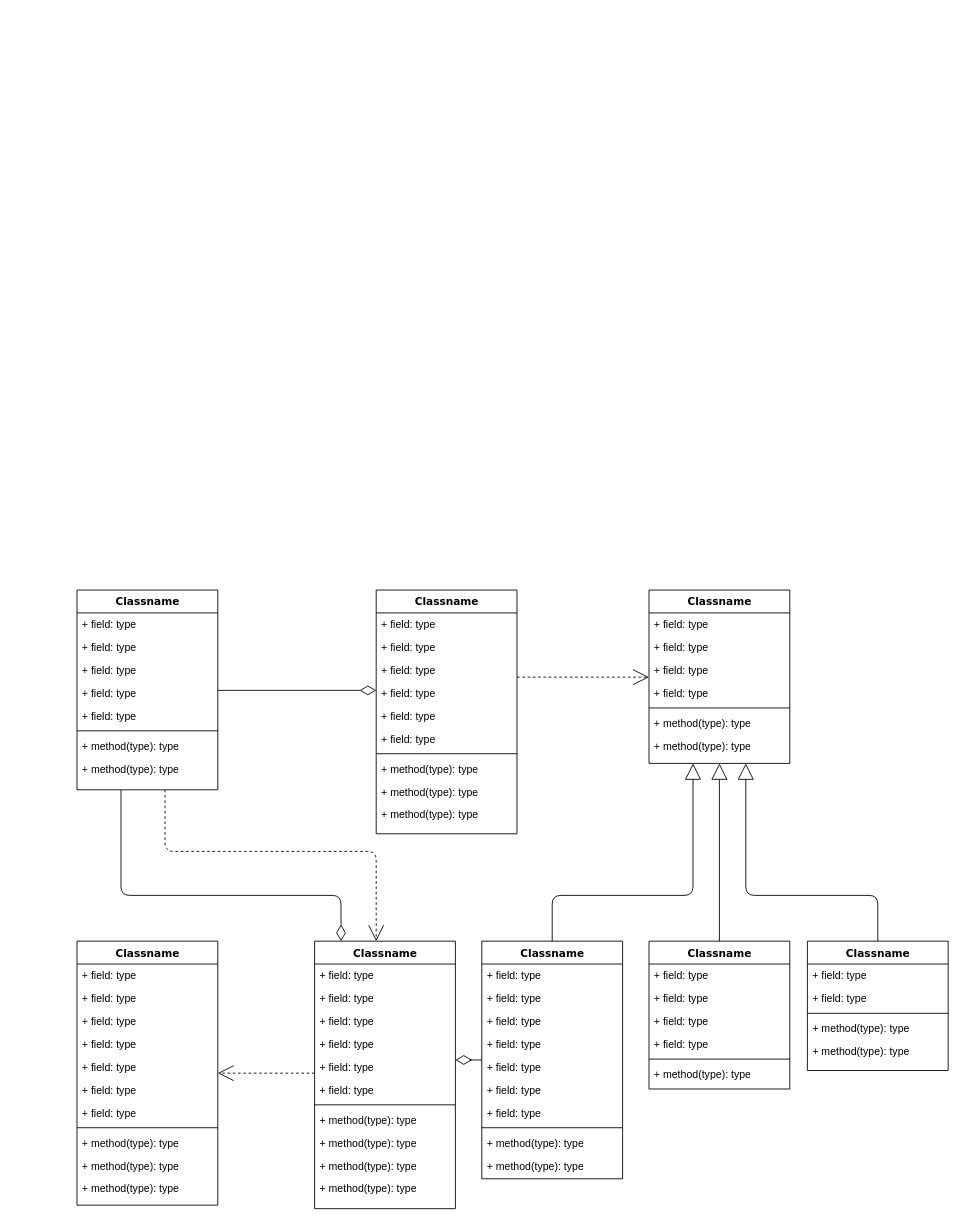
Before: Class_Diagram_HOMEWORK_1.drawio in jamtings/AA, a draw.io diagram. Source tidied: cells renumbered, new cells numbered last; positions are measured from the earlier drawing's top-left corner, leaving out a move shared by most shapes. Both pictures are drawn from the tidied source at 88%, with x=0, y=0 at pixel (77, 590).
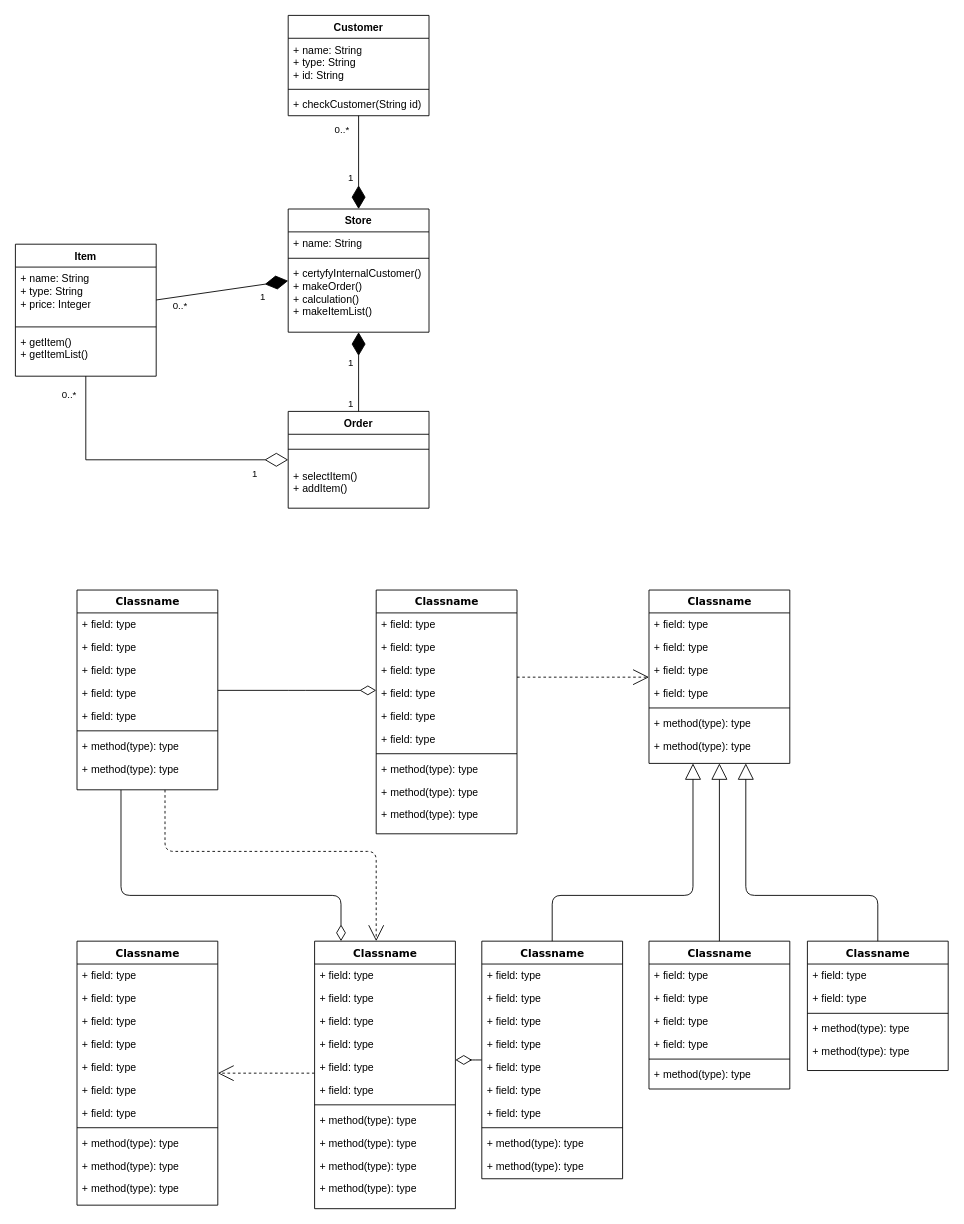
After the change.

Change to the diagram source:
```diff
@@
+    <mxCell id="87" value="Customer" style="swimlane;fontStyle=1;align=center;verticalAlign=top;horizontal=1;startSize=26;whiteSpace=wrap;html=1;" parent="1" vertex="1">
+      <mxGeometry x="240" y="-653" width="160" height="114" as="geometry" />
+    </mxCell>
+    <mxCell id="88" value="+ name: String&lt;div&gt;+ type: String&lt;/div&gt;&lt;div&gt;+ id: String&lt;/div&gt;&lt;div&gt;&lt;br&gt;&lt;/div&gt;" style="text;strokeColor=none;fillColor=none;align=left;verticalAlign=top;spacingLeft=4;spacingRight=4;overflow=hidden;whiteSpace=wrap;html=1;" parent="87" vertex="1">
+      <mxGeometry y="26" width="160" height="54" as="geometry" />
+    </mxCell>
+    <mxCell id="89" style="line;strokeWidth=1;fillColor=none;align=left;verticalAlign=middle;spacingTop=-1;spacingLeft=3;spacingRight=3;labelPosition=right;strokeColor=inherit;" parent="87" vertex="1">
+      <mxGeometry y="80" width="160" height="8" as="geometry" />
+    </mxCell>
+    <mxCell id="90" value="+ checkCustomer(String id)" style="text;strokeColor=none;fillColor=none;align=left;verticalAlign=top;spacingLeft=4;spacingRight=4;overflow=hidden;whiteSpace=wrap;html=1;" parent="87" vertex="1">
+      <mxGeometry y="88" width="160" height="26" as="geometry" />
+    </mxCell>
+    <mxCell id="91" value="Store" style="swimlane;fontStyle=1;align=center;verticalAlign=top;horizontal=1;startSize=26;whiteSpace=wrap;html=1;" parent="1" vertex="1">
+      <mxGeometry x="240" y="-433" width="160" height="140" as="geometry" />
+    </mxCell>
+    <mxCell id="92" value="+ name: String" style="text;strokeColor=none;fillColor=none;align=left;verticalAlign=top;spacingLeft=4;spacingRight=4;overflow=hidden;whiteSpace=wrap;html=1;" parent="91" vertex="1">
+      <mxGeometry y="26" width="160" height="26" as="geometry" />
+    </mxCell>
+    <mxCell id="93" style="line;strokeWidth=1;fillColor=none;align=left;verticalAlign=middle;spacingTop=-1;spacingLeft=3;spacingRight=3;labelPosition=right;strokeColor=inherit;" parent="91" vertex="1">
+      <mxGeometry y="52" width="160" height="8" as="geometry" />
+    </mxCell>
+    <mxCell id="94" value="+ certyfyInternalCustomer()&lt;div&gt;+ makeOrder()&lt;/div&gt;&lt;div&gt;+ calculation()&lt;/div&gt;&lt;div&gt;+ makeItemList()&lt;/div&gt;" style="text;strokeColor=none;fillColor=none;align=left;verticalAlign=top;spacingLeft=4;spacingRight=4;overflow=hidden;points=[[0,0.5],[1,0.5]];portConstraint=eastwest;whiteSpace=wrap;html=1;" parent="91" vertex="1">
+      <mxGeometry y="60" width="160" height="80" as="geometry" />
+    </mxCell>
+    <mxCell id="95" value="Order" style="swimlane;fontStyle=1;align=center;verticalAlign=top;horizontal=1;startSize=26;whiteSpace=wrap;html=1;" parent="1" vertex="1">
+      <mxGeometry x="240" y="-203" width="160" height="110" as="geometry" />
+    </mxCell>
+    <mxCell id="96" style="line;strokeWidth=1;fillColor=none;align=left;verticalAlign=middle;spacingTop=-1;spacingLeft=3;spacingRight=3;labelPosition=right;strokeColor=inherit;" parent="95" vertex="1">
+      <mxGeometry y="26" width="160" height="34" as="geometry" />
+    </mxCell>
+    <mxCell id="97" value="+ selectItem()&lt;div&gt;+ addItem()&lt;/div&gt;" style="text;strokeColor=none;fillColor=none;align=left;verticalAlign=top;spacingLeft=4;spacingRight=4;overflow=hidden;whiteSpace=wrap;html=1;" parent="95" vertex="1">
+      <mxGeometry y="60" width="160" height="50" as="geometry" />
+    </mxCell>
+    <mxCell id="98" value="Item" style="swimlane;fontStyle=1;align=center;verticalAlign=top;horizontal=1;startSize=26;whiteSpace=wrap;html=1;" parent="1" vertex="1">
+      <mxGeometry x="-70" y="-393" width="160" height="150" as="geometry" />
+    </mxCell>
+    <mxCell id="99" value="+ name: String&lt;div&gt;+ type: String&lt;/div&gt;&lt;div&gt;+ price: Integer&lt;/div&gt;" style="text;strokeColor=none;fillColor=none;align=left;verticalAlign=top;spacingLeft=4;spacingRight=4;overflow=hidden;whiteSpace=wrap;html=1;" parent="98" vertex="1">
+      <mxGeometry y="26" width="160" height="64" as="geometry" />
+    </mxCell>
+    <mxCell id="100" style="line;strokeWidth=1;fillColor=none;align=left;verticalAlign=middle;spacingTop=-1;spacingLeft=3;spacingRight=3;labelPosition=right;strokeColor=inherit;" parent="98" vertex="1">
+      <mxGeometry y="90" width="160" height="8" as="geometry" />
+    </mxCell>
+    <mxCell id="101" value="+ getItem()&lt;div&gt;+ getItemList()&lt;/div&gt;" style="text;strokeColor=none;fillColor=none;align=left;verticalAlign=top;spacingLeft=4;spacingRight=4;overflow=hidden;whiteSpace=wrap;html=1;" parent="98" vertex="1">
+      <mxGeometry y="98" width="160" height="52" as="geometry" />
+    </mxCell>
+    <mxCell id="102" style="endArrow=diamondThin;endFill=1;endSize=24;html=1;rounded=0;" parent="1" edge="1" source="98" target="91">
+      <mxGeometry relative="1" as="geometry" />
+    </mxCell>
+    <mxCell id="103" value="1" style="edgeLabel;html=1;align=center;verticalAlign=middle;" parent="102" vertex="1">
+      <mxGeometry x="0.45" y="1" relative="1" as="geometry">
+        <mxPoint x="12" y="13" as="offset" />
+      </mxGeometry>
+    </mxCell>
+    <mxCell id="104" value="0..*" style="edgeLabel;html=1;align=center;verticalAlign=middle;" parent="102" vertex="1">
+      <mxGeometry x="-0.65" y="-1" relative="1" as="geometry">
+        <mxPoint y="9" as="offset" />
+      </mxGeometry>
+    </mxCell>
+    <mxCell id="105" style="endArrow=diamondThin;endFill=1;endSize=24;html=1;rounded=0;" parent="1" edge="1" source="87" target="91">
+      <mxGeometry relative="1" as="geometry" />
+    </mxCell>
+    <mxCell id="106" value="0..*" style="edgeLabel;html=1;align=center;verticalAlign=middle;" parent="105" vertex="1">
+      <mxGeometry x="-0.72" y="-3" relative="1" as="geometry">
+        <mxPoint x="-17" as="offset" />
+      </mxGeometry>
+    </mxCell>
+    <mxCell id="107" value="1" style="edgeLabel;html=1;align=center;verticalAlign=middle;" parent="105" vertex="1">
+      <mxGeometry x="0.32" y="2" relative="1" as="geometry">
+        <mxPoint x="-12" as="offset" />
+      </mxGeometry>
+    </mxCell>
+    <mxCell id="108" style="endArrow=diamondThin;endFill=1;endSize=24;html=1;rounded=0;" parent="1" edge="1" source="95" target="94">
+      <mxGeometry relative="1" as="geometry" />
+    </mxCell>
+    <mxCell id="109" value="1" style="edgeLabel;html=1;align=center;verticalAlign=middle;" parent="108" vertex="1">
+      <mxGeometry x="0.25" y="2" relative="1" as="geometry">
+        <mxPoint x="-8" as="offset" />
+      </mxGeometry>
+    </mxCell>
+    <mxCell id="110" value="1" style="edgeLabel;html=1;align=center;verticalAlign=middle;" parent="108" vertex="1">
+      <mxGeometry x="-0.79" y="-1" relative="1" as="geometry">
+        <mxPoint x="-11" as="offset" />
+      </mxGeometry>
+    </mxCell>
+    <mxCell id="111" style="endArrow=diamondThin;endFill=0;endSize=24;html=1;rounded=0;" parent="1" edge="1" source="98" target="95">
+      <mxGeometry relative="1" as="geometry">
+        <Array as="points">
+          <mxPoint x="10" y="-148" />
+        </Array>
+      </mxGeometry>
+    </mxCell>
+    <mxCell id="112" value="0..*" style="edgeLabel;html=1;align=center;verticalAlign=middle;" parent="111" vertex="1">
+      <mxGeometry x="-0.88" relative="1" as="geometry">
+        <mxPoint x="-20" as="offset" />
+      </mxGeometry>
+    </mxCell>
+    <mxCell id="113" value="1" style="edgeLabel;html=1;align=center;verticalAlign=middle;" parent="111" vertex="1">
+      <mxGeometry x="0.76" y="-1" relative="1" as="geometry">
+        <mxPoint y="14" as="offset" />
+      </mxGeometry>
+    </mxCell>
```
